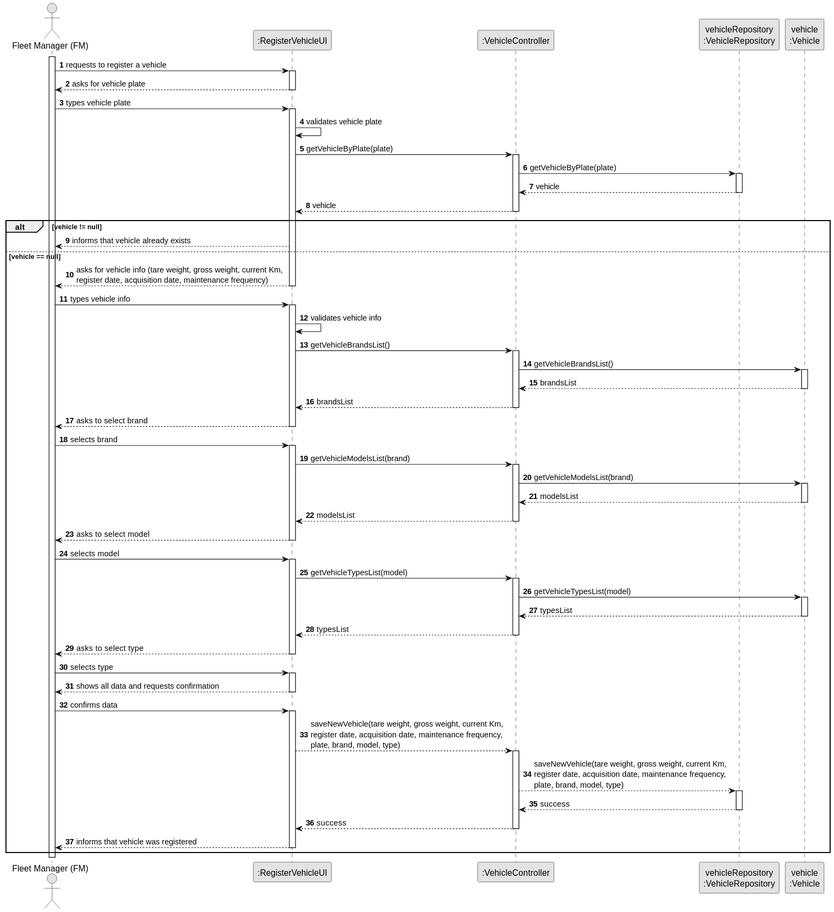
The PlantUML diagram docs/sprintB/us006/03.design/svg/us006-sequence-diagram-full.svg in RicardoMorim/lapr2-ISEP-Project, before a commit.
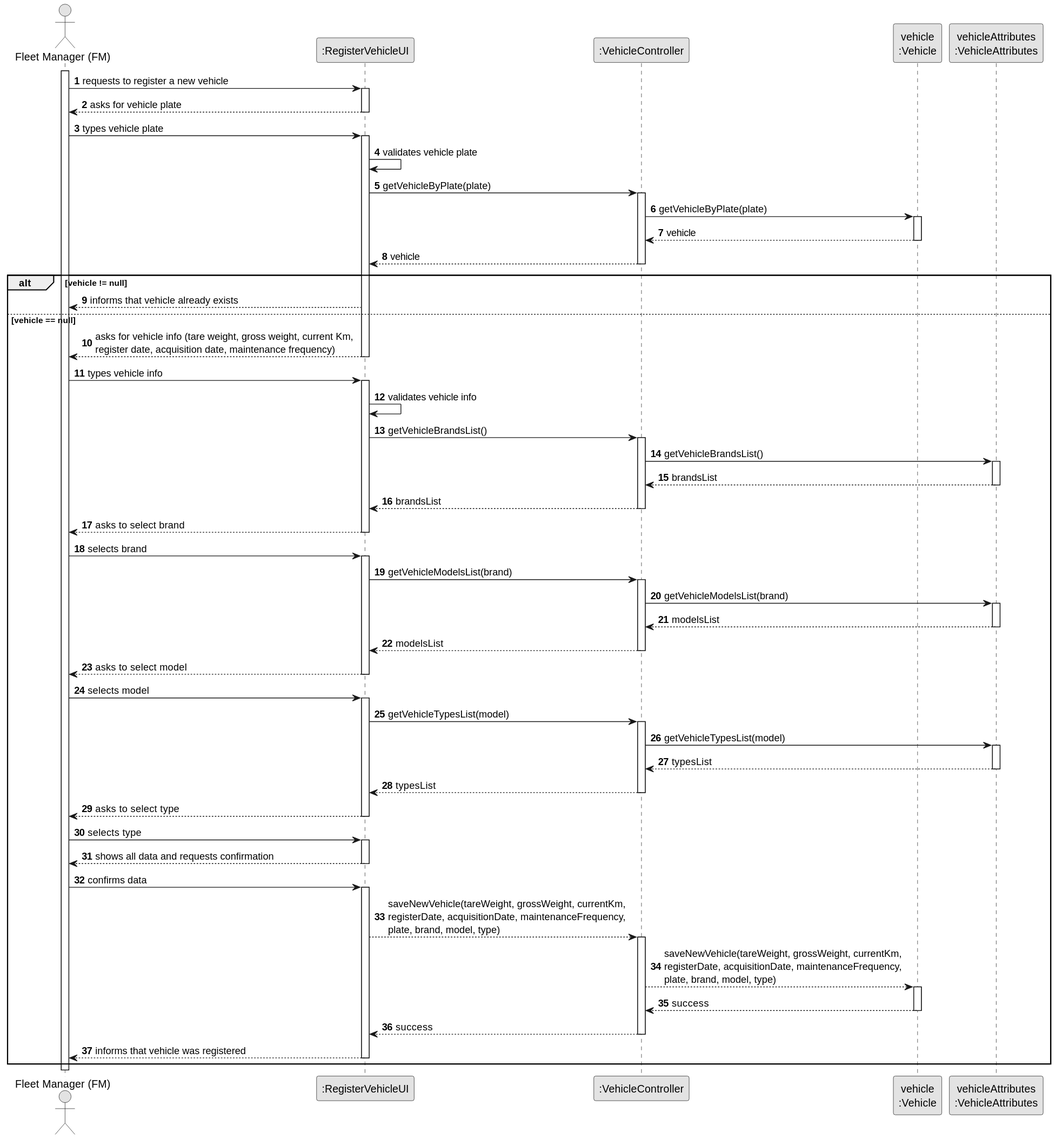
Above is the later version.

The edit, as a diff of the source:
```diff
@@ -8,12 +8,12 @@
 actor "Fleet Manager (FM)" as FM
 participant ":RegisterVehicleUI" as UI
 participant ":VehicleController" as CTRL
-participant "vehicleRepository\n:VehicleRepository" as vehicleRep
-participant "vehicle\n:Vehicle" as vehicle
+participant "vehicle\n:Vehicle" as vehicleRep
+participant "vehicleAttributes\n:VehicleAttributes" as vehicle
 
 activate FM
 
-        FM -> UI : requests to register a vehicle
+        FM -> UI : requests to register a new vehicle
         activate UI
 
         UI --> FM : asks for vehicle plate
@@ -82,9 +82,9 @@
         deactivate UI
         FM -> UI : confirms data
         activate UI
-        UI --> CTRL : saveNewVehicle(tare weight, gross weight, current Km, \nregister date, acquisition date, maintenance frequency, \nplate, brand, model, type)
+        UI --> CTRL : saveNewVehicle(tareWeight, grossWeight, currentKm, \nregisterDate, acquisitionDate, maintenanceFrequency, \nplate, brand, model, type)
         activate CTRL
-        CTRL --> vehicleRep : saveNewVehicle(tare weight, gross weight, current Km, \nregister date, acquisition date, maintenance frequency, \nplate, brand, model, type)
+        CTRL --> vehicleRep : saveNewVehicle(tareWeight, grossWeight, currentKm, \nregisterDate, acquisitionDate, maintenanceFrequency, \nplate, brand, model, type)
         activate vehicleRep
         vehicleRep --> CTRL : success
         deactivate vehicleRep
```
